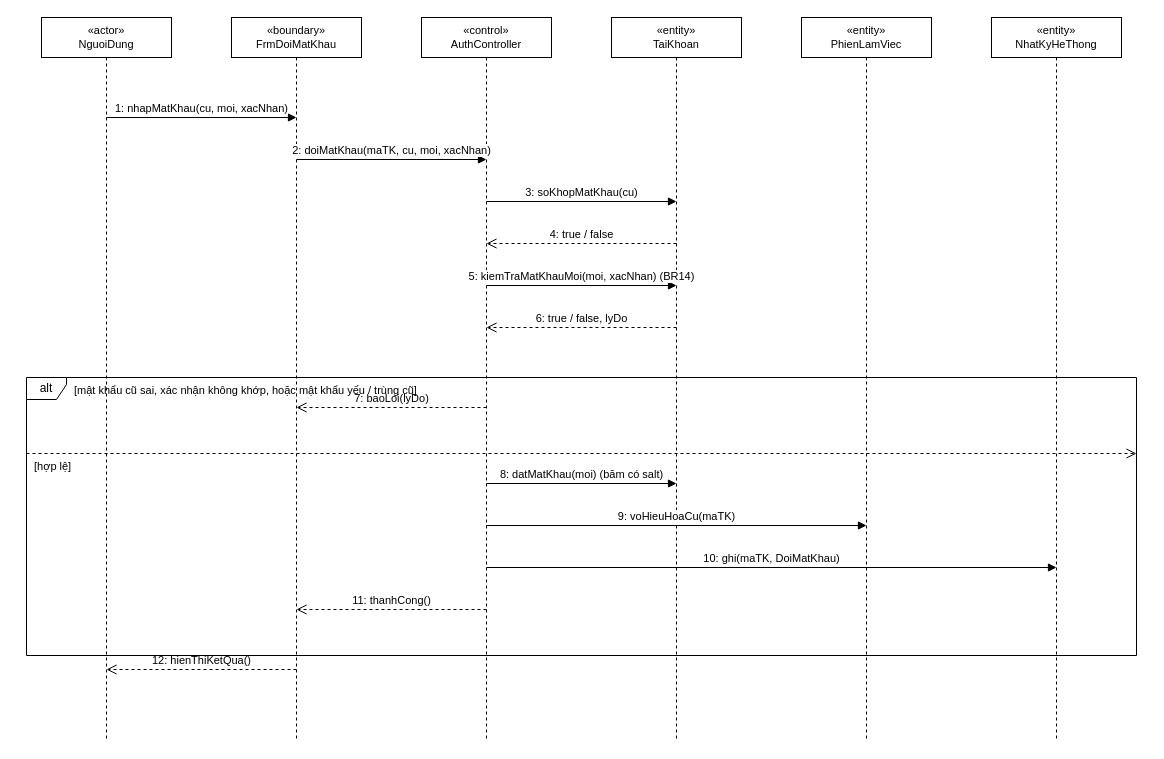
The draw.io diagram docs/diagrams/03_TuanTu/UC_GD_003_Sequence_DoiMatKhau.drawio in TranThienNhan8279/GreenDash, before the edit. Source tidied: cells renumbered, new cells numbered last; positions are measured from the earlier drawing's top-left corner, leaving out a move shared by most shapes. Both pictures are drawn from the tidied source at 100%, with x=0, y=0 at pixel (26, 17).
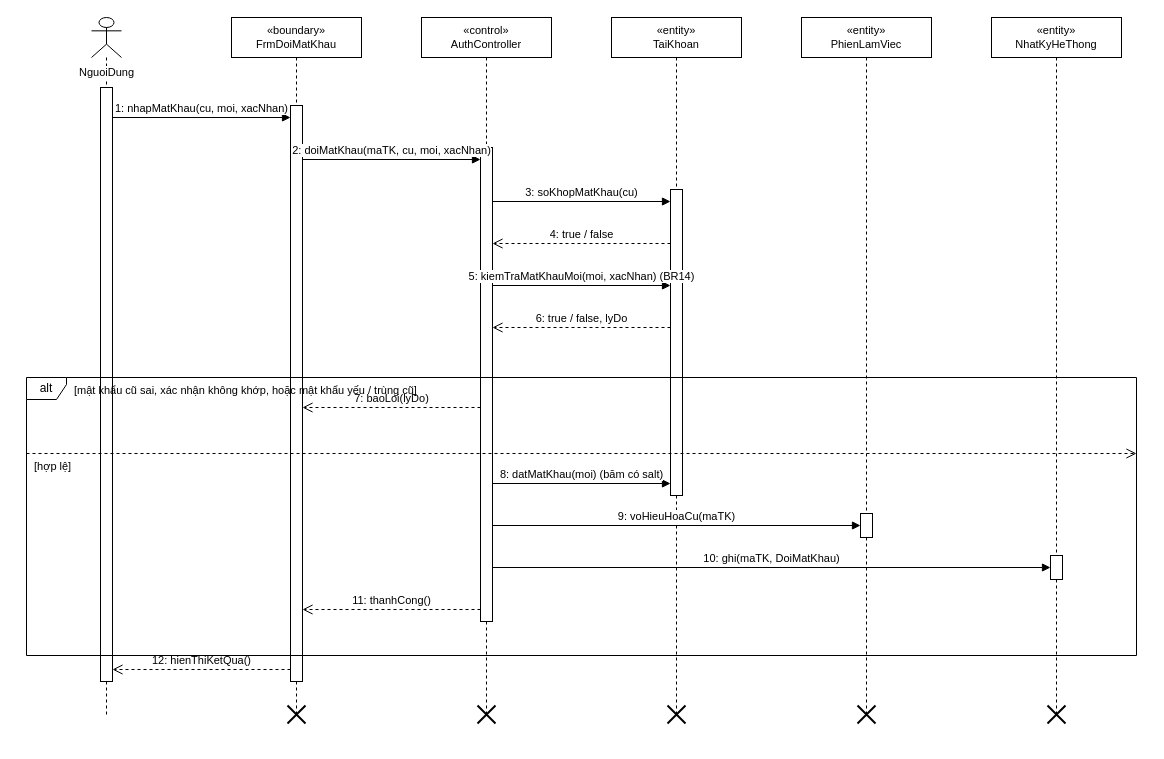
Above is the later version.

Change to the diagram source:
```diff
@@
-    <mxCell id="2" value="«actor»&lt;br&gt;NguoiDung" style="shape=umlLifeline;perimeter=lifelinePerimeter;whiteSpace=wrap;html=1;fontSize=11;" parent="1" vertex="1">
-      <mxGeometry x="15" width="130" height="724" as="geometry" />
+    <mxCell id="2" value="NguoiDung" style="shape=umlLifeline;participant=umlActor;verticalAlign=top;spacingTop=42;labelBackgroundColor=#ffffff;perimeter=lifelinePerimeter;whiteSpace=nowrap;html=1;fontSize=11;" parent="1" vertex="1">
+      <mxGeometry x="65" width="30" height="697" as="geometry" />
     </mxCell>
     <mxCell id="3" value="«boundary»&lt;br&gt;FrmDoiMatKhau" style="shape=umlLifeline;perimeter=lifelinePerimeter;whiteSpace=wrap;html=1;fontSize=11;" parent="1" vertex="1">
-      <mxGeometry x="205" width="130" height="724" as="geometry" />
+      <mxGeometry x="205" width="130" height="697" as="geometry" />
     </mxCell>
     <mxCell id="4" value="«control»&lt;br&gt;AuthController" style="shape=umlLifeline;perimeter=lifelinePerimeter;whiteSpace=wrap;html=1;fontSize=11;" parent="1" vertex="1">
-      <mxGeometry x="395" width="130" height="724" as="geometry" />
+      <mxGeometry x="395" width="130" height="697" as="geometry" />
     </mxCell>
     <mxCell id="5" value="«entity»&lt;br&gt;TaiKhoan" style="shape=umlLifeline;perimeter=lifelinePerimeter;whiteSpace=wrap;html=1;fontSize=11;" parent="1" vertex="1">
-      <mxGeometry x="585" width="130" height="724" as="geometry" />
+      <mxGeometry x="585" width="130" height="697" as="geometry" />
     </mxCell>
     <mxCell id="6" value="«entity»&lt;br&gt;PhienLamViec" style="shape=umlLifeline;perimeter=lifelinePerimeter;whiteSpace=wrap;html=1;fontSize=11;" parent="1" vertex="1">
-      <mxGeometry x="775" width="130" height="724" as="geometry" />
+      <mxGeometry x="775" width="130" height="697" as="geometry" />
     </mxCell>
     <mxCell id="7" value="«entity»&lt;br&gt;NhatKyHeThong" style="shape=umlLifeline;perimeter=lifelinePerimeter;whiteSpace=wrap;html=1;fontSize=11;" parent="1" vertex="1">
-      <mxGeometry x="965" width="130" height="724" as="geometry" />
+      <mxGeometry x="965" width="130" height="697" as="geometry" />
     </mxCell>
+    <mxCell id="24" style="html=1;perimeter=orthogonalPerimeter;fillColor=#ffffff;strokeColor=#000000;" parent="1" vertex="1">
+      <mxGeometry x="74" y="70" width="12" height="594" as="geometry" />
+    </mxCell>
+    <mxCell id="25" style="html=1;perimeter=orthogonalPerimeter;fillColor=#ffffff;strokeColor=#000000;" parent="1" vertex="1">
+      <mxGeometry x="264" y="88" width="12" height="576" as="geometry" />
+    </mxCell>
+    <mxCell id="26" style="shape=umlDestroy;html=1;strokeWidth=2;strokeColor=#000000;" parent="1" vertex="1">
+      <mxGeometry x="261" y="688" width="18" height="18" as="geometry" />
+    </mxCell>
+    <mxCell id="27" style="html=1;perimeter=orthogonalPerimeter;fillColor=#ffffff;strokeColor=#000000;" parent="1" vertex="1">
+      <mxGeometry x="454" y="130" width="12" height="474" as="geometry" />
+    </mxCell>
+    <mxCell id="28" style="shape=umlDestroy;html=1;strokeWidth=2;strokeColor=#000000;" parent="1" vertex="1">
+      <mxGeometry x="451" y="688" width="18" height="18" as="geometry" />
+    </mxCell>
+    <mxCell id="29" style="html=1;perimeter=orthogonalPerimeter;fillColor=#ffffff;strokeColor=#000000;" parent="1" vertex="1">
+      <mxGeometry x="644" y="172" width="12" height="306" as="geometry" />
+    </mxCell>
+    <mxCell id="30" style="shape=umlDestroy;html=1;strokeWidth=2;strokeColor=#000000;" parent="1" vertex="1">
+      <mxGeometry x="641" y="688" width="18" height="18" as="geometry" />
+    </mxCell>
+    <mxCell id="31" style="html=1;perimeter=orthogonalPerimeter;fillColor=#ffffff;strokeColor=#000000;" parent="1" vertex="1">
+      <mxGeometry x="834" y="496" width="12" height="24" as="geometry" />
+    </mxCell>
+    <mxCell id="32" style="shape=umlDestroy;html=1;strokeWidth=2;strokeColor=#000000;" parent="1" vertex="1">
+      <mxGeometry x="831" y="688" width="18" height="18" as="geometry" />
+    </mxCell>
+    <mxCell id="33" style="html=1;perimeter=orthogonalPerimeter;fillColor=#ffffff;strokeColor=#000000;" parent="1" vertex="1">
+      <mxGeometry x="1024" y="538" width="12" height="24" as="geometry" />
+    </mxCell>
+    <mxCell id="34" style="shape=umlDestroy;html=1;strokeWidth=2;strokeColor=#000000;" parent="1" vertex="1">
+      <mxGeometry x="1021" y="688" width="18" height="18" as="geometry" />
+    </mxCell>
     <mxCell id="8" value="1: nhapMatKhau(cu, moi, xacNhan)" style="html=1;verticalAlign=bottom;endArrow=block;endFill=1;" parent="1" edge="1">
       <mxGeometry relative="1" as="geometry">
-        <mxPoint x="80" y="100" as="sourcePoint" />
-        <mxPoint x="270" y="100" as="targetPoint" />
+        <mxPoint x="86" y="100" as="sourcePoint" />
+        <mxPoint x="264" y="100" as="targetPoint" />
       </mxGeometry>
     </mxCell>
     <mxCell id="9" value="2: doiMatKhau(maTK, cu, moi, xacNhan)" style="html=1;verticalAlign=bottom;endArrow=block;endFill=1;" parent="1" edge="1">
       <mxGeometry relative="1" as="geometry">
-        <mxPoint x="270" y="142" as="sourcePoint" />
-        <mxPoint x="460" y="142" as="targetPoint" />
+        <mxPoint x="276" y="142" as="sourcePoint" />
+        <mxPoint x="454" y="142" as="targetPoint" />
       </mxGeometry>
     </mxCell>
     <mxCell id="10" value="3: soKhopMatKhau(cu)" style="html=1;verticalAlign=bottom;endArrow=block;endFill=1;" parent="1" edge="1">
       <mxGeometry relative="1" as="geometry">
-        <mxPoint x="460" y="184" as="sourcePoint" />
-        <mxPoint x="650" y="184" as="targetPoint" />
+        <mxPoint x="466" y="184" as="sourcePoint" />
+        <mxPoint x="644" y="184" as="targetPoint" />
       </mxGeometry>
     </mxCell>
     <mxCell id="11" value="4: true / false" style="html=1;verticalAlign=bottom;endArrow=open;endSize=8;dashed=1;" parent="1" edge="1">
       <mxGeometry relative="1" as="geometry">
-        <mxPoint x="650" y="226" as="sourcePoint" />
-        <mxPoint x="460" y="226" as="targetPoint" />
+        <mxPoint x="644" y="226" as="sourcePoint" />
+        <mxPoint x="466" y="226" as="targetPoint" />
       </mxGeometry>
     </mxCell>
     <mxCell id="12" value="5: kiemTraMatKhauMoi(moi, xacNhan)  (BR14)" style="html=1;verticalAlign=bottom;endArrow=block;endFill=1;" parent="1" edge="1">
       <mxGeometry relative="1" as="geometry">
-        <mxPoint x="460" y="268" as="sourcePoint" />
-        <mxPoint x="650" y="268" as="targetPoint" />
+        <mxPoint x="466" y="268" as="sourcePoint" />
+        <mxPoint x="644" y="268" as="targetPoint" />
       </mxGeometry>
     </mxCell>
     <mxCell id="13" value="6: true / false, lyDo" style="html=1;verticalAlign=bottom;endArrow=open;endSize=8;dashed=1;" parent="1" edge="1">
       <mxGeometry relative="1" as="geometry">
-        <mxPoint x="650" y="310" as="sourcePoint" />
-        <mxPoint x="460" y="310" as="targetPoint" />
+        <mxPoint x="644" y="310" as="sourcePoint" />
+        <mxPoint x="466" y="310" as="targetPoint" />
       </mxGeometry>
     </mxCell>
     <mxCell id="14" value="7: baoLoi(lyDo)" style="html=1;verticalAlign=bottom;endArrow=open;endSize=8;dashed=1;" parent="1" edge="1">
       <mxGeometry relative="1" as="geometry">
-        <mxPoint x="460" y="390" as="sourcePoint" />
-        <mxPoint x="270" y="390" as="targetPoint" />
+        <mxPoint x="454" y="390" as="sourcePoint" />
+        <mxPoint x="276" y="390" as="targetPoint" />
       </mxGeometry>
     </mxCell>
     <mxCell id="15" value="8: datMatKhau(moi)  (băm có salt)" style="html=1;verticalAlign=bottom;endArrow=block;endFill=1;" parent="1" edge="1">
       <mxGeometry relative="1" as="geometry">
-        <mxPoint x="460" y="466" as="sourcePoint" />
-        <mxPoint x="650" y="466" as="targetPoint" />
+        <mxPoint x="466" y="466" as="sourcePoint" />
+        <mxPoint x="644" y="466" as="targetPoint" />
       </mxGeometry>
     </mxCell>
     <mxCell id="16" value="9: voHieuHoaCu(maTK)" style="html=1;verticalAlign=bottom;endArrow=block;endFill=1;" parent="1" edge="1">
       <mxGeometry relative="1" as="geometry">
-        <mxPoint x="460" y="508" as="sourcePoint" />
-        <mxPoint x="840" y="508" as="targetPoint" />
+        <mxPoint x="466" y="508" as="sourcePoint" />
+        <mxPoint x="834" y="508" as="targetPoint" />
       </mxGeometry>
     </mxCell>
     <mxCell id="17" value="10: ghi(maTK, DoiMatKhau)" style="html=1;verticalAlign=bottom;endArrow=block;endFill=1;" parent="1" edge="1">
       <mxGeometry relative="1" as="geometry">
-        <mxPoint x="460" y="550" as="sourcePoint" />
-        <mxPoint x="1030" y="550" as="targetPoint" />
+        <mxPoint x="466" y="550" as="sourcePoint" />
+        <mxPoint x="1024" y="550" as="targetPoint" />
       </mxGeometry>
     </mxCell>
     <mxCell id="18" value="11: thanhCong()" style="html=1;verticalAlign=bottom;endArrow=open;endSize=8;dashed=1;" parent="1" edge="1">
       <mxGeometry relative="1" as="geometry">
-        <mxPoint x="460" y="592" as="sourcePoint" />
-        <mxPoint x="270" y="592" as="targetPoint" />
+        <mxPoint x="454" y="592" as="sourcePoint" />
+        <mxPoint x="276" y="592" as="targetPoint" />
       </mxGeometry>
     </mxCell>
     <mxCell id="19" value="12: hienThiKetQua()" style="html=1;verticalAlign=bottom;endArrow=open;endSize=8;dashed=1;" parent="1" edge="1">
       <mxGeometry relative="1" as="geometry">
-        <mxPoint x="270" y="652" as="sourcePoint" />
-        <mxPoint x="80" y="652" as="targetPoint" />
+        <mxPoint x="264" y="652" as="sourcePoint" />
+        <mxPoint x="86" y="652" as="targetPoint" />
       </mxGeometry>
     </mxCell>
```
